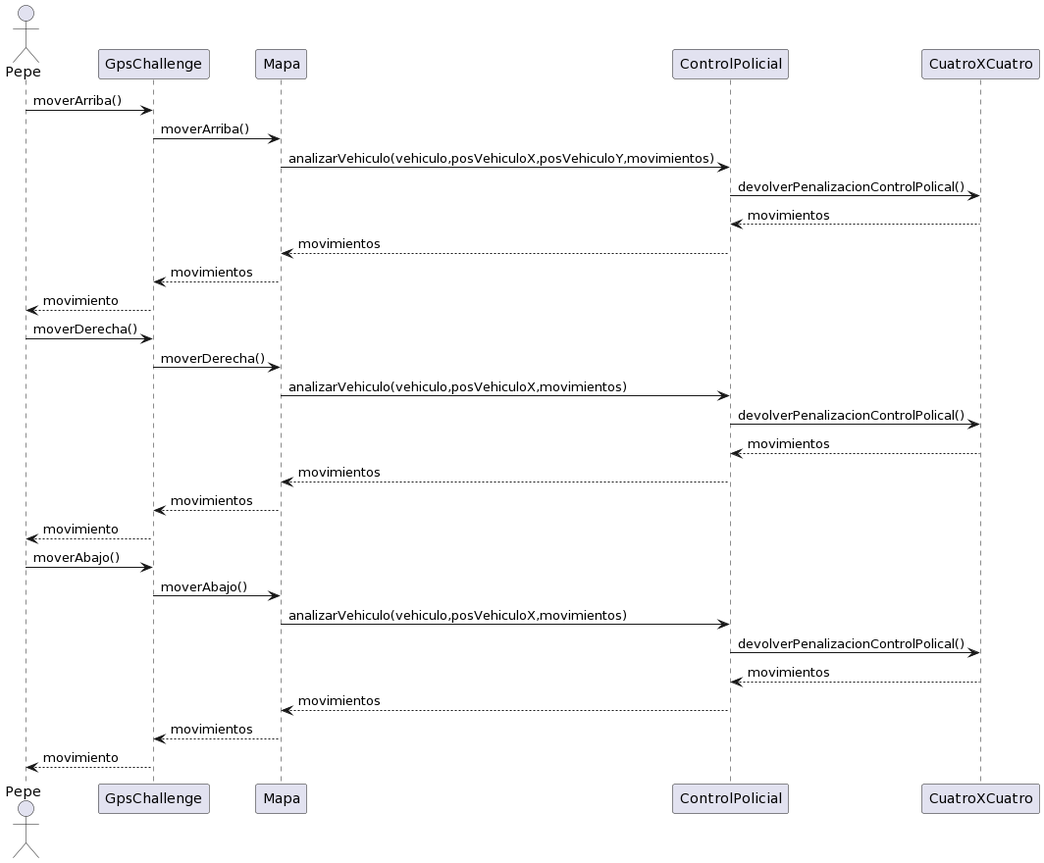
Above: diagrams/sequences/08TestMotoConSorpresaCambioDeVehiculo.PNG in IannielloR/TP2_algo3 (PlantUML), before the change.
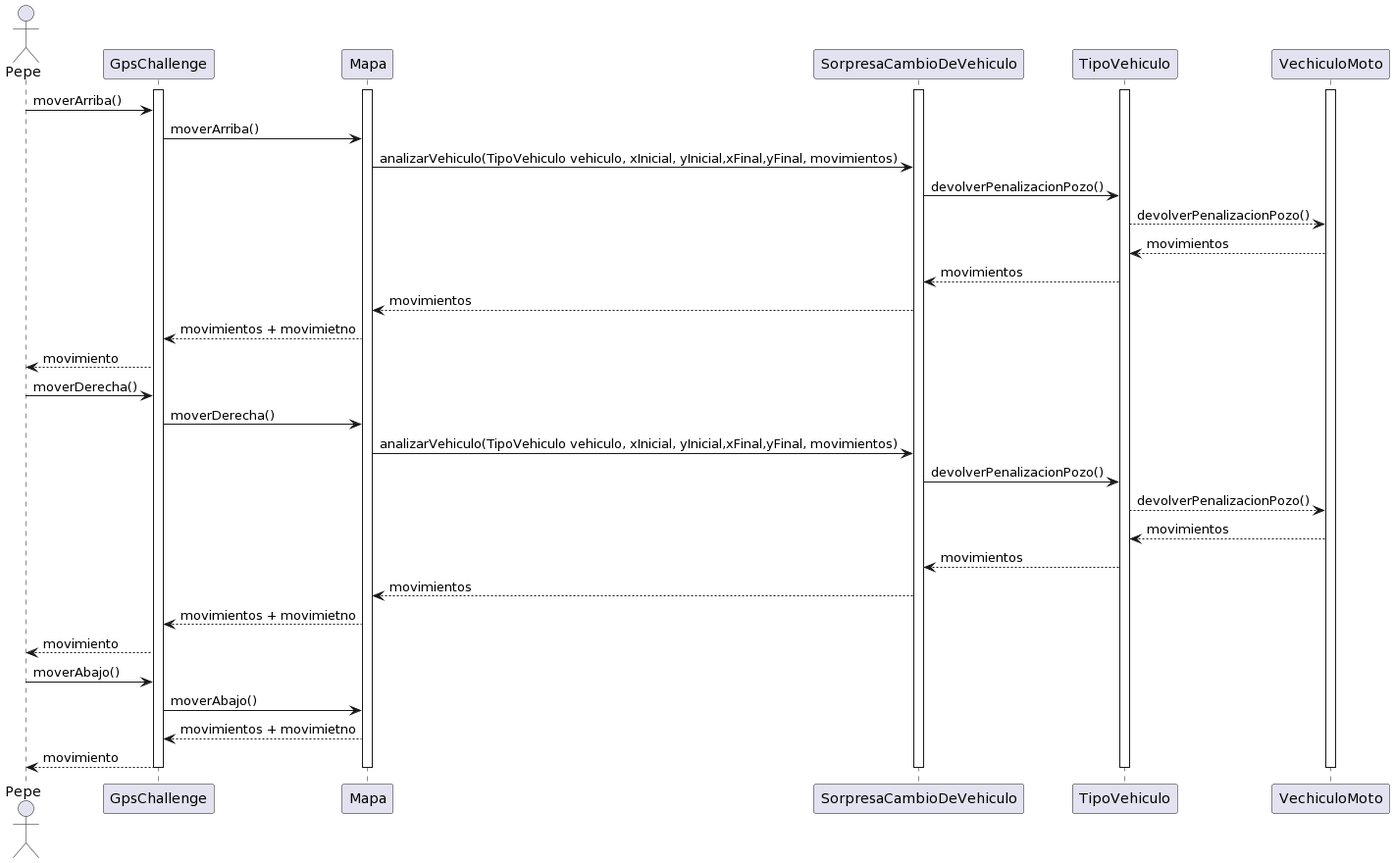
After the commit.

Diff of the diagram source:
```diff
@@ -1,30 +1,43 @@
 @startuml
 actor Pepe
+activate GpsChallenge
+activate Mapa
+activate SorpresaCambioDeVehiculo
+activate TipoVehiculo
+activate VechiculoMoto
 
 Pepe-> GpsChallenge: moverArriba()
 GpsChallenge -> Mapa: moverArriba()
-Mapa -> ControlPolicial: analizarVehiculo(vehiculo,posVehiculoX,posVehiculoY,movimientos)
-ControlPolicial-> CuatroXCuatro: devolverPenalizacionControlPolical()
-CuatroXCuatro--> ControlPolicial: movimientos
-ControlPolicial--> Mapa: movimientos
-Mapa --> GpsChallenge: movimientos
+Mapa -> SorpresaCambioDeVehiculo: analizarVehiculo(TipoVehiculo vehiculo, xInicial, yInicial,xFinal,yFinal, movimientos)
+SorpresaCambioDeVehiculo-> TipoVehiculo: devolverPenalizacionPozo()
+TipoVehiculo--> VechiculoMoto: devolverPenalizacionPozo()
+VechiculoMoto--> TipoVehiculo: movimientos
+TipoVehiculo--> SorpresaCambioDeVehiculo: movimientos
+SorpresaCambioDeVehiculo--> Mapa: movimientos
+Mapa --> GpsChallenge: movimientos + movimietno
 GpsChallenge --> Pepe: movimiento
+
 
 Pepe-> GpsChallenge: moverDerecha()
 GpsChallenge -> Mapa: moverDerecha()
-Mapa -> ControlPolicial: analizarVehiculo(vehiculo,posVehiculoX,movimientos)
-ControlPolicial-> CuatroXCuatro: devolverPenalizacionControlPolical()
-CuatroXCuatro--> ControlPolicial: movimientos
-ControlPolicial--> Mapa: movimientos
-Mapa --> GpsChallenge: movimientos
+Mapa -> SorpresaCambioDeVehiculo: analizarVehiculo(TipoVehiculo vehiculo, xInicial, yInicial,xFinal,yFinal, movimientos)
+SorpresaCambioDeVehiculo-> TipoVehiculo: devolverPenalizacionPozo()
+TipoVehiculo--> VechiculoMoto: devolverPenalizacionPozo()
+VechiculoMoto--> TipoVehiculo: movimientos
+TipoVehiculo--> SorpresaCambioDeVehiculo: movimientos
+SorpresaCambioDeVehiculo--> Mapa: movimientos
+Mapa --> GpsChallenge: movimientos + movimietno
 GpsChallenge --> Pepe: movimiento
+
 
 Pepe-> GpsChallenge: moverAbajo()
 GpsChallenge -> Mapa: moverAbajo()
-Mapa -> ControlPolicial: analizarVehiculo(vehiculo,posVehiculoX,movimientos)
-ControlPolicial-> CuatroXCuatro: devolverPenalizacionControlPolical()
-CuatroXCuatro--> ControlPolicial: movimientos
-ControlPolicial--> Mapa: movimientos
-Mapa --> GpsChallenge: movimientos
+Mapa --> GpsChallenge: movimientos + movimietno
 GpsChallenge --> Pepe: movimiento
+
+deactivate VechiculoMoto
+deactivate TipoVehiculo
+deactivate SorpresaCambioDeVehiculo
+deactivate Mapa
+deactivate GpsChallenge
 @enduml
```
